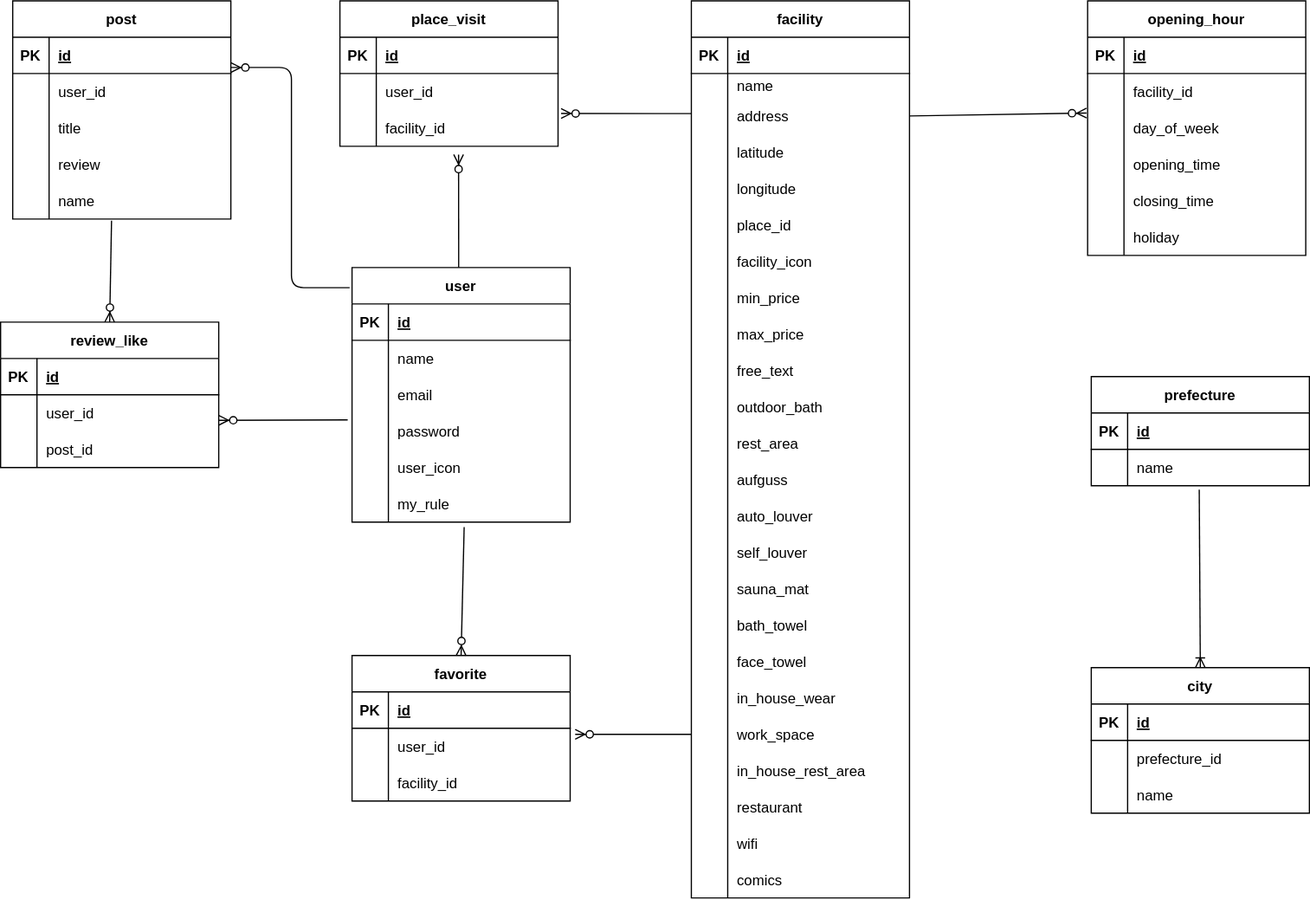
This is sauna-app.drawio.svg from Ryutaro032/sauna-app, a draw.io export, as it was before one commit. Source tidied: cells renumbered, new cells last; positions are measured from the earlier drawing's top-left corner, leaving out a move shared by most shapes.
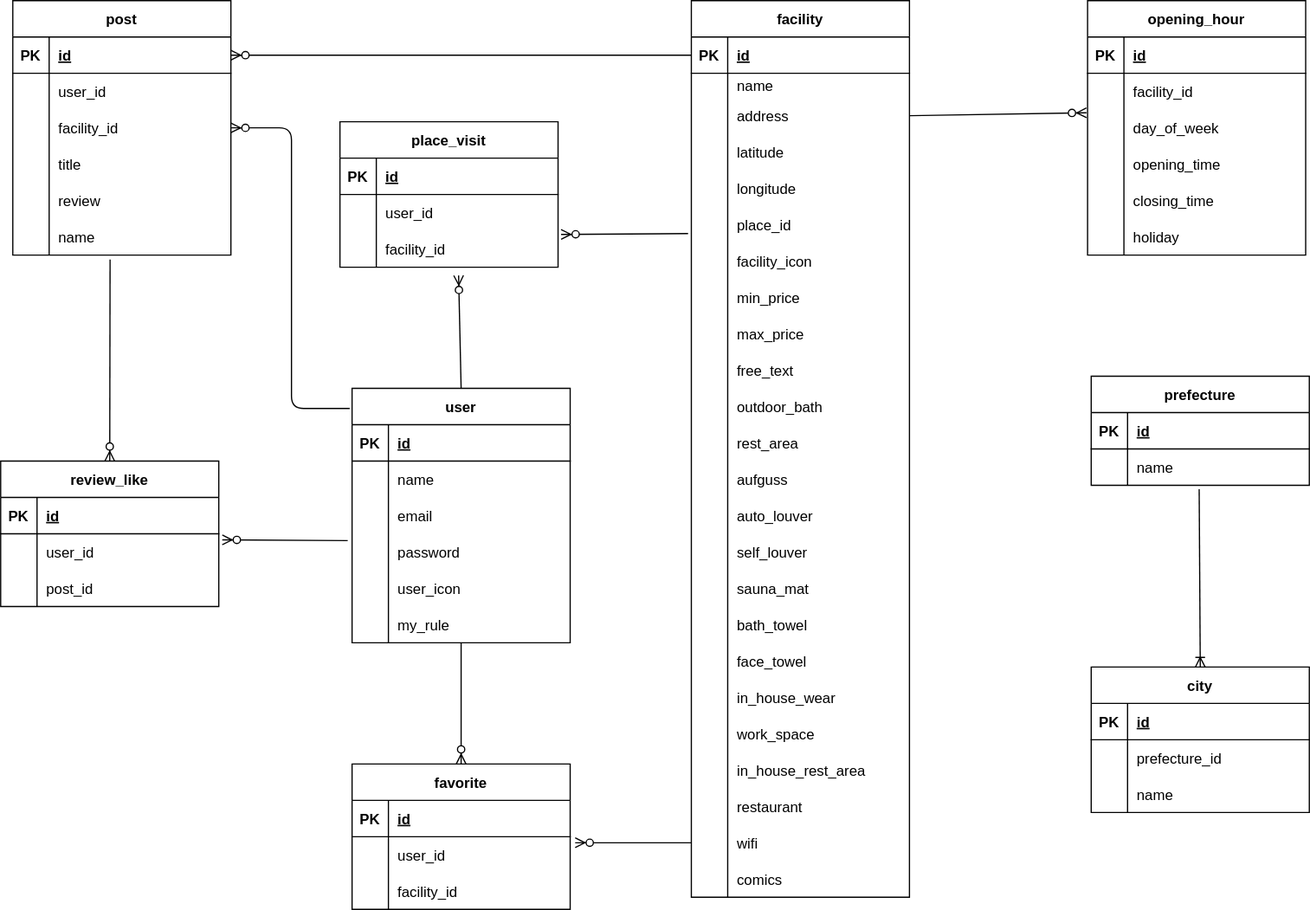
The same file after the commit.

The edit, as a diff of the source:
```diff
@@ -3,7 +3,7 @@
     <mxCell id="0" />
     <mxCell id="1" parent="0" />
     <mxCell id="2" value="user" style="shape=table;startSize=30;rowLines=0;fontStyle=1;align=center;" parent="1" vertex="1">
-      <mxGeometry x="290" y="220" width="180" height="210" as="geometry" />
+      <mxGeometry x="290" y="320" width="180" height="210" as="geometry" />
     </mxCell>
     <mxCell id="3" style="shape=tableRow;horizontal=0;startSize=0;swimlaneHead=0;swimlaneBody=0;fillColor=none;top=0;left=0;right=0;bottom=1;" parent="2" vertex="1">
       <mxGeometry y="30" width="180" height="30" as="geometry" />
@@ -279,7 +279,7 @@
       <mxGeometry x="30" width="150" height="30" as="geometry" />
     </mxCell>
     <mxCell id="94" value="favorite" style="shape=table;startSize=30;rowLines=0;fontStyle=1;align=center;" parent="1" vertex="1">
-      <mxGeometry x="290" y="540" width="180" height="120" as="geometry" />
+      <mxGeometry x="290" y="630" width="180" height="120" as="geometry" />
     </mxCell>
     <mxCell id="95" style="shape=tableRow;horizontal=0;startSize=0;swimlaneHead=0;swimlaneBody=0;fillColor=none;top=0;left=0;right=0;bottom=1;" parent="94" vertex="1">
       <mxGeometry y="30" width="180" height="30" as="geometry" />
@@ -309,7 +309,7 @@
       <mxGeometry x="30" width="150" height="30" as="geometry" />
     </mxCell>
     <mxCell id="104" value="post" style="shape=table;startSize=30;rowLines=0;fontStyle=1;align=center;" parent="1" vertex="1">
-      <mxGeometry x="10" width="180" height="180" as="geometry" />
+      <mxGeometry x="10" width="180" height="210" as="geometry" />
     </mxCell>
     <mxCell id="105" style="shape=tableRow;horizontal=0;startSize=0;swimlaneHead=0;swimlaneBody=0;fillColor=none;points=[[0,0.5],[1,0.5]];portConstraint=eastwest;top=0;left=0;right=0;bottom=1;" parent="104" vertex="1">
       <mxGeometry y="30" width="180" height="30" as="geometry" />
@@ -335,7 +335,7 @@
     <mxCell id="112" style="shape=partialRectangle;fillColor=none;top=0;left=0;bottom=0;right=0;overflow=hidden;" parent="111" vertex="1">
       <mxGeometry width="30" height="30" as="geometry" />
     </mxCell>
-    <mxCell id="113" value="title" style="shape=partialRectangle;fillColor=none;top=0;left=0;bottom=0;right=0;align=left;spacingLeft=6;overflow=hidden;" parent="111" vertex="1">
+    <mxCell id="113" value="facility_id" style="shape=partialRectangle;fillColor=none;top=0;left=0;bottom=0;right=0;align=left;spacingLeft=6;overflow=hidden;" parent="111" vertex="1">
       <mxGeometry x="30" width="150" height="30" as="geometry" />
     </mxCell>
     <mxCell id="114" style="shape=tableRow;horizontal=0;startSize=0;swimlaneHead=0;swimlaneBody=0;fillColor=none;top=0;left=0;right=0;bottom=0;" parent="104" vertex="1">
@@ -344,11 +344,20 @@
     <mxCell id="115" style="shape=partialRectangle;fillColor=none;top=0;left=0;bottom=0;right=0;overflow=hidden;" parent="114" vertex="1">
       <mxGeometry width="30" height="30" as="geometry" />
     </mxCell>
-    <mxCell id="116" value="review" style="shape=partialRectangle;fillColor=none;top=0;left=0;bottom=0;right=0;align=left;spacingLeft=6;overflow=hidden;" parent="114" vertex="1">
+    <mxCell id="116" value="title" style="shape=partialRectangle;fillColor=none;top=0;left=0;bottom=0;right=0;align=left;spacingLeft=6;overflow=hidden;" parent="114" vertex="1">
       <mxGeometry x="30" width="150" height="30" as="geometry" />
     </mxCell>
+    <mxCell id="185" style="shape=tableRow;horizontal=0;startSize=0;swimlaneHead=0;swimlaneBody=0;fillColor=none;top=0;left=0;right=0;bottom=0;" parent="104" vertex="1">
+      <mxGeometry y="150" width="180" height="30" as="geometry" />
+    </mxCell>
+    <mxCell id="186" style="shape=partialRectangle;fillColor=none;top=0;left=0;bottom=0;right=0;overflow=hidden;" parent="185" vertex="1">
+      <mxGeometry width="30" height="30" as="geometry" />
+    </mxCell>
+    <mxCell id="187" value="review" style="shape=partialRectangle;fillColor=none;top=0;left=0;bottom=0;right=0;align=left;spacingLeft=6;overflow=hidden;" parent="185" vertex="1">
+      <mxGeometry x="30" width="150" height="30" as="geometry" />
+    </mxCell>
     <mxCell id="117" style="shape=tableRow;horizontal=0;startSize=0;swimlaneHead=0;swimlaneBody=0;fillColor=none;points=[[0,0.5],[1,0.5]];portConstraint=eastwest;top=0;left=0;right=0;bottom=0;" parent="104" vertex="1">
-      <mxGeometry y="150" width="180" height="30" as="geometry" />
+      <mxGeometry y="180" width="180" height="30" as="geometry" />
     </mxCell>
     <mxCell id="118" style="shape=partialRectangle;fillColor=none;top=0;left=0;bottom=0;right=0;overflow=hidden;" parent="117" vertex="1">
       <mxGeometry width="30" height="30" as="geometry" />
@@ -357,7 +366,7 @@
       <mxGeometry x="30" width="150" height="30" as="geometry" />
     </mxCell>
     <mxCell id="120" value="review_like" style="shape=table;startSize=30;rowLines=0;fontStyle=1;align=center;" parent="1" vertex="1">
-      <mxGeometry y="265" width="180" height="120" as="geometry" />
+      <mxGeometry y="380" width="180" height="120" as="geometry" />
     </mxCell>
     <mxCell id="121" style="shape=tableRow;horizontal=0;startSize=0;swimlaneHead=0;swimlaneBody=0;fillColor=none;top=0;left=0;right=0;bottom=1;" parent="120" vertex="1">
       <mxGeometry y="30" width="180" height="30" as="geometry" />
@@ -387,7 +396,7 @@
       <mxGeometry x="30" width="150" height="30" as="geometry" />
     </mxCell>
     <mxCell id="130" value="place_visit" style="shape=table;startSize=30;rowLines=0;fontStyle=1;align=center;" parent="1" vertex="1">
-      <mxGeometry x="280" width="180" height="120" as="geometry" />
+      <mxGeometry x="280" y="100" width="180" height="120" as="geometry" />
     </mxCell>
     <mxCell id="131" style="shape=tableRow;horizontal=0;startSize=0;swimlaneHead=0;swimlaneBody=0;fillColor=none;top=0;left=0;right=0;bottom=1;" parent="130" vertex="1">
       <mxGeometry y="30" width="180" height="30" as="geometry" />
@@ -473,39 +482,32 @@
     <mxCell id="158" value="holiday" style="shape=partialRectangle;fillColor=none;top=0;left=0;bottom=0;right=0;align=left;spacingLeft=6;overflow=hidden;" parent="156" vertex="1">
       <mxGeometry x="30" width="150" height="30" as="geometry" />
     </mxCell>
-    <mxCell id="159" style="fontSize=12;html=1;endArrow=ERzeroToMany;endFill=1;exitX=0.514;exitY=1.137;exitDx=0;exitDy=0;exitPerimeter=0;entryX=0.5;entryY=0;entryDx=0;entryDy=0;" parent="1" edge="1" source="18" target="94">
-      <mxGeometry relative="1" as="geometry" />
+    <mxCell id="159" style="fontSize=12;html=1;endArrow=ERzeroToMany;endFill=1;entryX=0.5;entryY=0;entryDx=0;entryDy=0;" parent="1" edge="1" target="94">
+      <mxGeometry relative="1" as="geometry">
+        <mxPoint x="380" y="530" as="sourcePoint" />
+      </mxGeometry>
     </mxCell>
-    <mxCell id="160" style="fontSize=12;html=1;endArrow=ERzeroToMany;endFill=1;entryX=0.544;entryY=1.227;entryDx=0;entryDy=0;entryPerimeter=0;" parent="1" edge="1" target="137">
-      <mxGeometry relative="1" as="geometry">
-        <mxPoint x="378" y="220" as="sourcePoint" />
-      </mxGeometry>
+    <mxCell id="160" style="fontSize=12;html=1;endArrow=ERzeroToMany;endFill=1;entryX=0.544;entryY=1.227;entryDx=0;entryDy=0;entryPerimeter=0;exitX=0.5;exitY=0;exitDx=0;exitDy=0;" parent="1" edge="1" source="2" target="137">
+      <mxGeometry relative="1" as="geometry" />
     </mxCell>
-    <mxCell id="161" style="fontSize=12;html=1;endArrow=ERzeroToMany;endFill=1;entryX=1.014;entryY=0.098;entryDx=0;entryDy=0;entryPerimeter=0;" parent="1" edge="1" target="137">
-      <mxGeometry relative="1" as="geometry">
-        <mxPoint x="570" y="93" as="sourcePoint" />
-      </mxGeometry>
+    <mxCell id="161" style="fontSize=12;html=1;endArrow=ERzeroToMany;endFill=1;entryX=1.014;entryY=0.098;entryDx=0;entryDy=0;entryPerimeter=0;exitX=-0.015;exitY=0.741;exitDx=0;exitDy=0;exitPerimeter=0;" parent="1" edge="1" source="37" target="137">
+      <mxGeometry relative="1" as="geometry" />
     </mxCell>
-    <mxCell id="162" style="fontSize=12;html=1;endArrow=ERzeroToMany;endFill=1;entryX=1.023;entryY=0.167;entryDx=0;entryDy=0;entryPerimeter=0;" parent="1" edge="1" target="98">
-      <mxGeometry relative="1" as="geometry">
-        <mxPoint x="570" y="605" as="sourcePoint" />
-      </mxGeometry>
+    <mxCell id="162" style="fontSize=12;html=1;endArrow=ERzeroToMany;endFill=1;entryX=1.023;entryY=0.167;entryDx=0;entryDy=0;entryPerimeter=0;exitX=0;exitY=0.5;exitDx=0;exitDy=0;" parent="1" edge="1" source="88" target="98">
+      <mxGeometry relative="1" as="geometry" />
     </mxCell>
-    <mxCell id="163" style="edgeStyle=elbowEdgeStyle;fontSize=12;html=1;endArrow=ERzeroToMany;endFill=1;exitX=-0.011;exitY=0.079;exitDx=0;exitDy=0;exitPerimeter=0;" parent="1" edge="1" source="2">
+    <mxCell id="163" style="edgeStyle=elbowEdgeStyle;fontSize=12;html=1;endArrow=ERzeroToMany;endFill=1;exitX=-0.011;exitY=0.079;exitDx=0;exitDy=0;exitPerimeter=0;entryX=1;entryY=0.5;entryDx=0;entryDy=0;" parent="1" edge="1" source="2" target="111">
       <mxGeometry relative="1" as="geometry">
-        <mxPoint x="190" y="55" as="targetPoint" />
         <Array as="points">
           <mxPoint x="240" y="140" />
         </Array>
       </mxGeometry>
     </mxCell>
-    <mxCell id="164" style="fontSize=12;html=1;endArrow=ERzeroToMany;endFill=1;exitX=0.453;exitY=1.047;exitDx=0;exitDy=0;exitPerimeter=0;entryX=0.5;entryY=0;entryDx=0;entryDy=0;" parent="1" edge="1" source="117" target="120">
+    <mxCell id="164" style="fontSize=12;html=1;endArrow=ERzeroToMany;endFill=1;entryX=0.5;entryY=0;entryDx=0;entryDy=0;exitX=0.446;exitY=1.125;exitDx=0;exitDy=0;exitPerimeter=0;" parent="1" edge="1" source="117" target="120">
       <mxGeometry relative="1" as="geometry" />
     </mxCell>
-    <mxCell id="165" style="fontSize=12;html=1;endArrow=ERzeroToMany;endFill=1;exitX=-0.02;exitY=0.188;exitDx=0;exitDy=0;exitPerimeter=0;" parent="1" edge="1" source="12">
-      <mxGeometry relative="1" as="geometry">
-        <mxPoint x="180" y="346" as="targetPoint" />
-      </mxGeometry>
+    <mxCell id="165" style="fontSize=12;html=1;endArrow=ERzeroToMany;endFill=1;exitX=-0.02;exitY=0.188;exitDx=0;exitDy=0;exitPerimeter=0;entryX=1.016;entryY=0.166;entryDx=0;entryDy=0;entryPerimeter=0;" parent="1" edge="1" source="12" target="124">
+      <mxGeometry relative="1" as="geometry" />
     </mxCell>
     <mxCell id="166" style="fontSize=12;html=1;endArrow=ERzeroToMany;endFill=1;exitX=1;exitY=0.5;exitDx=0;exitDy=0;entryX=-0.005;entryY=0.084;entryDx=0;entryDy=0;entryPerimeter=0;" parent="1" edge="1" source="28" target="147">
       <mxGeometry relative="1" as="geometry" />
@@ -564,5 +566,8 @@
     <mxCell id="184" style="fontSize=12;html=1;endArrow=ERoneToMany;exitX=0.495;exitY=1.109;exitDx=0;exitDy=0;exitPerimeter=0;entryX=0.5;entryY=0;entryDx=0;entryDy=0;" parent="1" edge="1" source="171" target="174">
       <mxGeometry relative="1" as="geometry" />
     </mxCell>
+    <mxCell id="188" style="fontSize=12;html=1;endArrow=ERzeroToMany;endFill=1;entryX=1;entryY=0.5;entryDx=0;entryDy=0;exitX=0;exitY=0.5;exitDx=0;exitDy=0;" parent="1" edge="1" source="22" target="105">
+      <mxGeometry relative="1" as="geometry" />
+    </mxCell>
   </root>
 </mxGraphModel>
```
